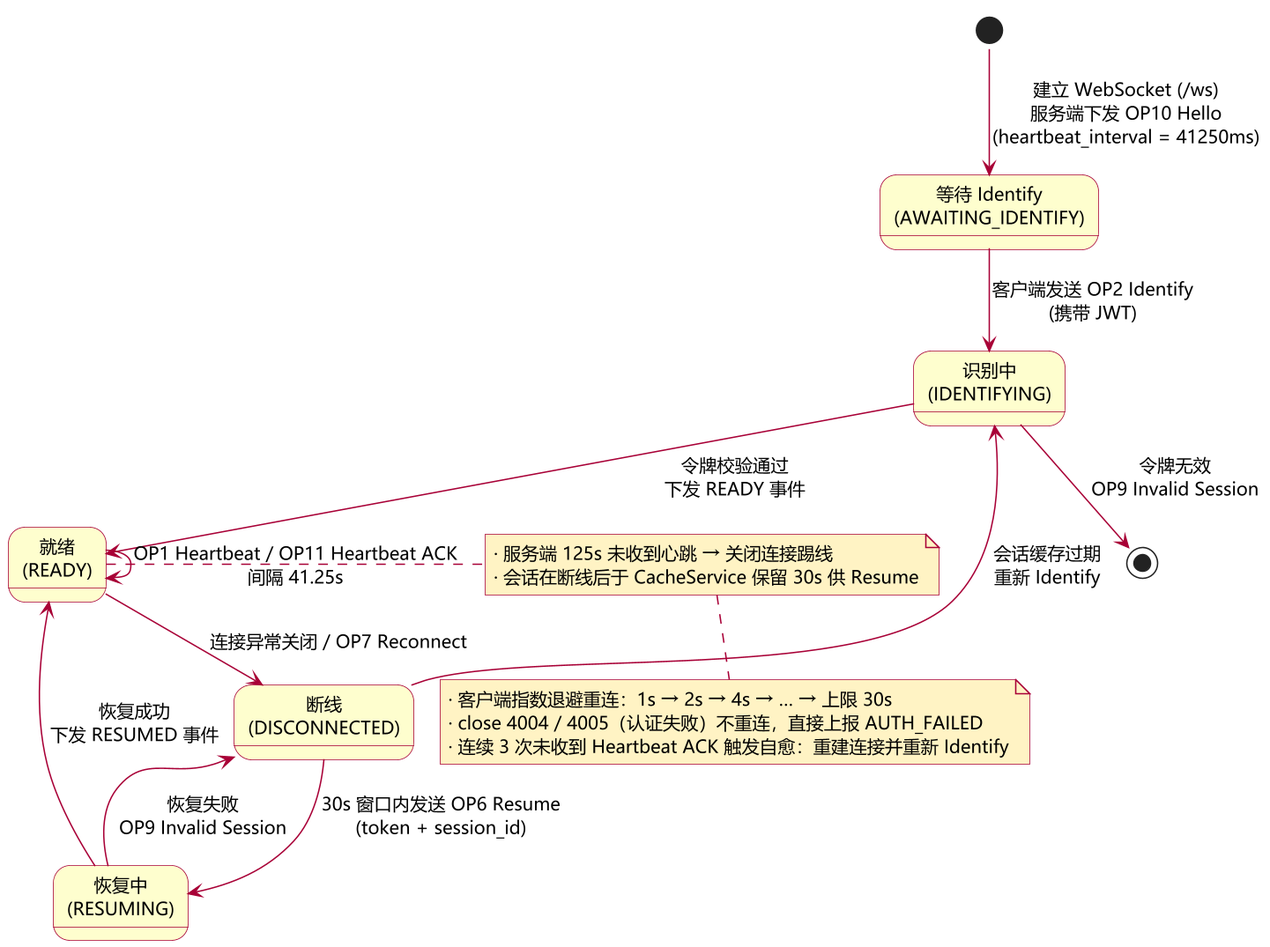
Earlier version of the PlantUML export docs/figures/fig4-4-gateway-state.png (Siegfried-Crowley/Chorus).
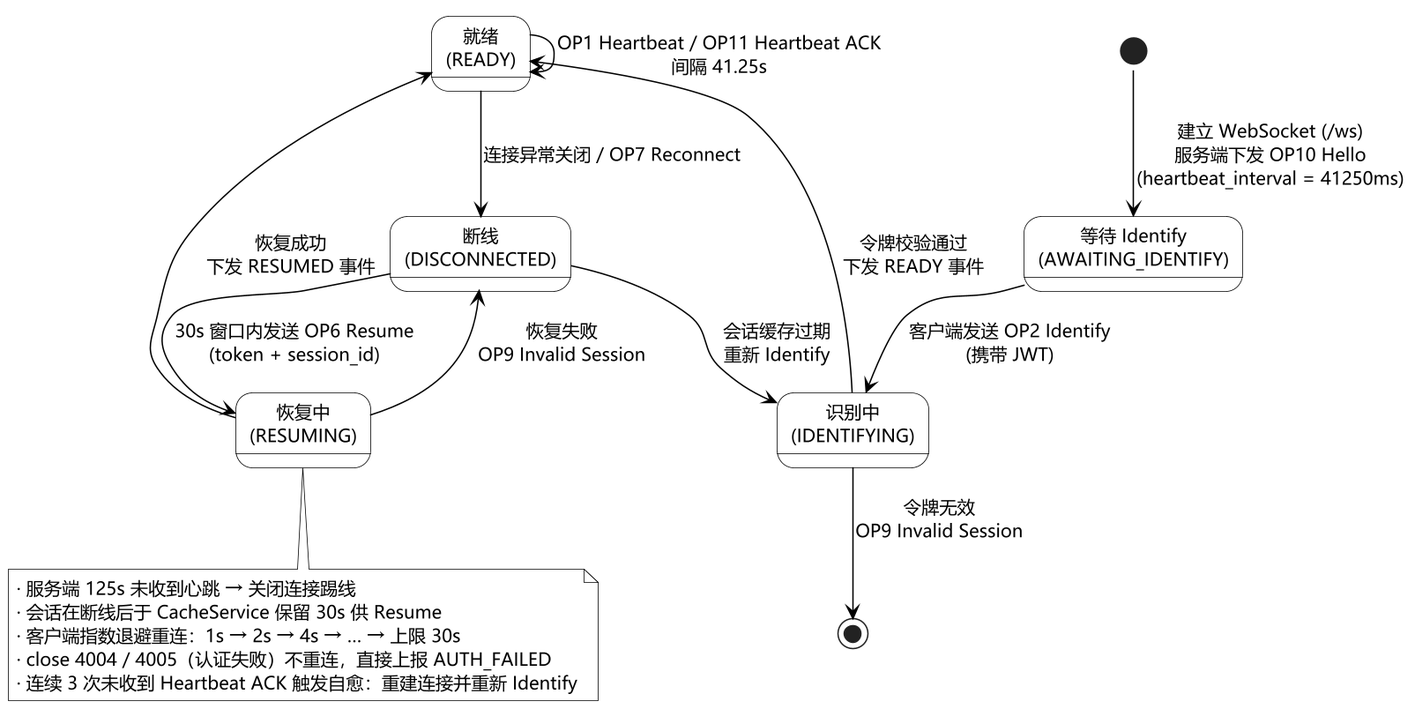
The same diagram one commit later.

The edit, as a diff of the source:
```diff
@@ -1,24 +1,30 @@
 @startuml fig4-4-gateway-state
 !pragma layout smetana
 skinparam backgroundColor #FFFFFF
+skinparam shadowing false
 skinparam defaultFontName "Microsoft YaHei"
 skinparam defaultFontSize 13
-skinparam shadowing false
 skinparam dpi 150
-skinparam ArrowColor #A80036
+skinparam defaultFontColor #000000
+skinparam ArrowColor #000000
+skinparam ArrowFontColor #000000
+skinparam linetype ortho
 skinparam state {
-  BackgroundColor #FEFECE
-  BorderColor #A80036
+  BackgroundColor #FFFFFF
+  BorderColor #000000
+  FontColor #000000
+  AttributeFontColor #000000
+}
+skinparam note {
+  BackgroundColor #FFFFFF
+  BorderColor #000000
   FontColor #000000
 }
-skinparam note {
-  BackgroundColor #FFF3C4
-  BorderColor #A80036
-}
+top to bottom direction
 
+state "就绪\n(READY)" as ready
 state "等待 Identify\n(AWAITING_IDENTIFY)" as awaiting
 state "识别中\n(IDENTIFYING)" as identifying
-state "就绪\n(READY)" as ready
 state "断线\n(DISCONNECTED)" as disconnected
 state "恢复中\n(RESUMING)" as resuming
 
@@ -33,12 +39,13 @@
 resuming --> disconnected : 恢复失败\nOP9 Invalid Session
 disconnected --> identifying : 会话缓存过期\n重新 Identify
 
-note right of ready
+awaiting -[hidden]-> identifying
+identifying -[hidden]-> disconnected
+disconnected -[hidden]-> resuming
+
+note bottom of resuming
   · 服务端 125s 未收到心跳 → 关闭连接踢线
   · 会话在断线后于 CacheService 保留 30s 供 Resume
-end note
-
-note bottom
   · 客户端指数退避重连：1s → 2s → 4s → … → 上限 30s
   · close 4004 / 4005（认证失败）不重连，直接上报 AUTH_FAILED
   · 连续 3 次未收到 Heartbeat ACK 触发自愈：重建连接并重新 Identify
```
